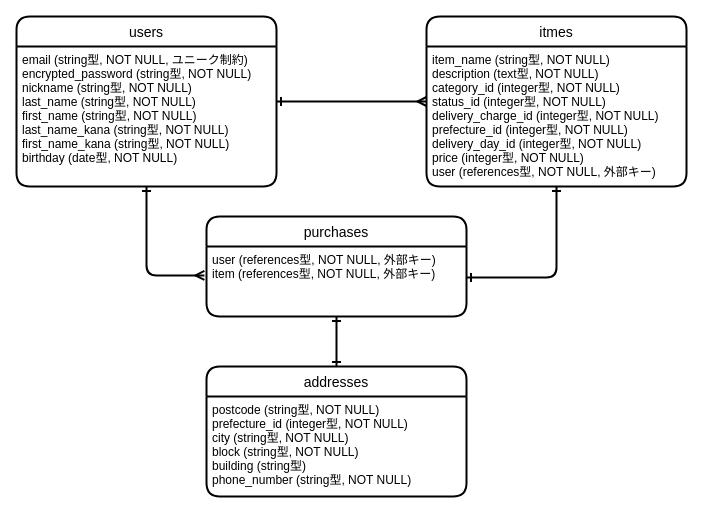
Before: ER.dio in mimimiguchi/furima-37173, a draw.io diagram. Source tidied: cells renumbered, new cells numbered last; positions are measured from the earlier drawing's top-left corner, leaving out a move shared by most shapes. Both pictures are drawn from the tidied source at 100%, with x=0, y=0 at pixel (16, 16).
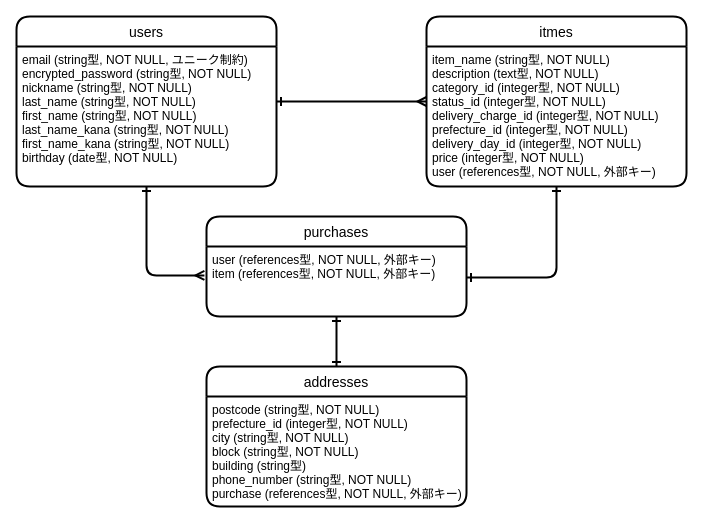
The same diagram, later.

Commit message (it also covers changes not shown here):
ER図、READMEの修正１

Diff of the diagram source:
```diff
@@
 <mxGraphModel>
   <root>
     <mxCell id="0" />
     <mxCell id="1" parent="0" />
     <mxCell id="2" value="users" style="swimlane;horizontal=1;startSize=30;rounded=1;fontSize=14;fontStyle=0;strokeWidth=2;shadow=0;dashed=0;align=center;" parent="1" vertex="1">
       <mxGeometry width="260" height="170" as="geometry" />
     </mxCell>
     <mxCell id="3" value="email (string型, NOT NULL, ユニーク制約)&#10;encrypted_password (string型, NOT NULL)&#10;nickname (string型, NOT NULL)&#10;last_name (string型, NOT NULL)&#10;first_name (string型, NOT NULL)&#10;last_name_kana (string型, NOT NULL)&#10;first_name_kana (string型, NOT NULL)&#10;birthday (date型, NOT NULL)" style="align=left;strokeColor=none;fillColor=none;spacingLeft=4;fontSize=12;verticalAlign=top;" parent="2" vertex="1">
       <mxGeometry y="30" width="260" height="140" as="geometry" />
     </mxCell>
     <mxCell id="4" style="edgeStyle=orthogonalEdgeStyle;html=1;entryX=1;entryY=0.443;entryDx=0;entryDy=0;entryPerimeter=0;startArrow=ERone;startFill=0;endArrow=ERone;endFill=0;strokeWidth=2;" parent="1" edge="1" source="5" target="8">
       <mxGeometry relative="1" as="geometry" />
     </mxCell>
     <mxCell id="5" value="itmes" style="swimlane;horizontal=1;startSize=30;rounded=1;fontSize=14;fontStyle=0;strokeWidth=2;shadow=0;dashed=0;align=center;" parent="1" vertex="1">
       <mxGeometry x="410" width="260" height="170" as="geometry" />
     </mxCell>
     <mxCell id="6" value="item_name (string型, NOT NULL)&#10;description (text型, NOT NULL)&#10;category_id (integer型, NOT NULL)&#10;status_id (integer型, NOT NULL)&#10;delivery_charge_id (integer型, NOT NULL)&#10;prefecture_id (integer型, NOT NULL)&#10;delivery_day_id (integer型, NOT NULL)&#10;price (integer型, NOT NULL)&#10;user (references型, NOT NULL, 外部キー)&#10;" style="align=left;strokeColor=none;fillColor=none;spacingLeft=4;fontSize=12;verticalAlign=top;" parent="5" vertex="1">
       <mxGeometry y="30" width="260" height="140" as="geometry" />
     </mxCell>
     <mxCell id="7" value="purchases" style="swimlane;horizontal=1;startSize=30;rounded=1;fontSize=14;fontStyle=0;strokeWidth=2;shadow=0;dashed=0;align=center;" parent="1" vertex="1">
       <mxGeometry x="190" y="200" width="260" height="100" as="geometry" />
     </mxCell>
     <mxCell id="8" value="user (references型, NOT NULL, 外部キー)&#10;item (references型, NOT NULL, 外部キー)" style="align=left;strokeColor=none;fillColor=none;spacingLeft=4;fontSize=12;verticalAlign=top;" parent="7" vertex="1">
       <mxGeometry y="30" width="260" height="70" as="geometry" />
     </mxCell>
     <mxCell id="9" style="edgeStyle=orthogonalEdgeStyle;html=1;startArrow=ERone;startFill=0;endArrow=ERmany;endFill=0;strokeWidth=2;" parent="1" edge="1" source="3" target="6">
       <mxGeometry relative="1" as="geometry">
         <Array as="points">
           <mxPoint x="310" y="85" />
           <mxPoint x="310" y="85" />
         </Array>
       </mxGeometry>
     </mxCell>
     <mxCell id="10" value="addresses" style="swimlane;horizontal=1;startSize=30;rounded=1;fontSize=14;fontStyle=0;strokeWidth=2;shadow=0;dashed=0;align=center;" parent="1" vertex="1">
-      <mxGeometry x="190" y="350" width="260" height="130" as="geometry" />
+      <mxGeometry x="190" y="350" width="260" height="140" as="geometry" />
     </mxCell>
-    <mxCell id="11" value="postcode (string型, NOT NULL)&#10;prefecture_id (integer型, NOT NULL)&#10;city (string型, NOT NULL)&#10;block (string型, NOT NULL)&#10;building (string型)&#10;phone_number (string型, NOT NULL)" style="align=left;strokeColor=none;fillColor=none;spacingLeft=4;fontSize=12;verticalAlign=top;" parent="10" vertex="1">
-      <mxGeometry y="30" width="260" height="100" as="geometry" />
+    <mxCell id="11" value="postcode (string型, NOT NULL)&#10;prefecture_id (integer型, NOT NULL)&#10;city (string型, NOT NULL)&#10;block (string型, NOT NULL)&#10;building (string型)&#10;phone_number (string型, NOT NULL)&#10;purchase (references型, NOT NULL, 外部キー)&#10; " style="align=left;strokeColor=none;fillColor=none;spacingLeft=4;fontSize=12;verticalAlign=top;" parent="10" vertex="1">
+      <mxGeometry y="30" width="260" height="110" as="geometry" />
     </mxCell>
     <mxCell id="12" style="edgeStyle=orthogonalEdgeStyle;html=1;entryX=-0.008;entryY=0.414;entryDx=0;entryDy=0;entryPerimeter=0;endArrow=ERmany;endFill=0;strokeWidth=2;startArrow=ERone;startFill=0;" parent="1" edge="1" source="3" target="8">
       <mxGeometry relative="1" as="geometry">
         <Array as="points">
           <mxPoint x="130" y="259" />
         </Array>
       </mxGeometry>
     </mxCell>
     <mxCell id="13" style="edgeStyle=orthogonalEdgeStyle;html=1;startArrow=ERone;startFill=0;endArrow=ERone;endFill=0;strokeWidth=2;" parent="1" edge="1" source="8" target="10">
       <mxGeometry relative="1" as="geometry" />
     </mxCell>
   </root>
 </mxGraphModel>
```
